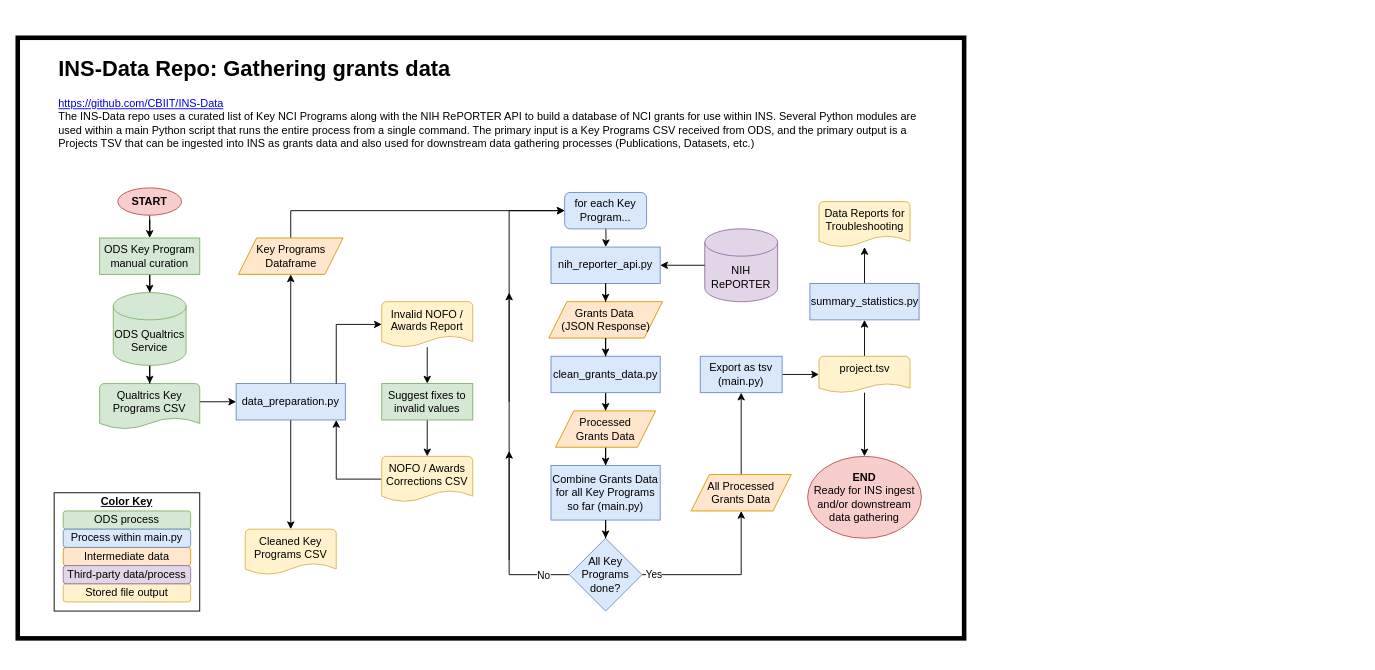
Above: images/ins-data-repo-diagram.drawio in CBIIT/INS-Data (draw.io), before the change. Source tidied: cells renumbered, new cells numbered last; positions are measured from the earlier drawing's top-left corner, leaving out a move shared by most shapes. Both pictures are drawn from the tidied source at 91%, with x=0, y=0 at pixel (17, 37).
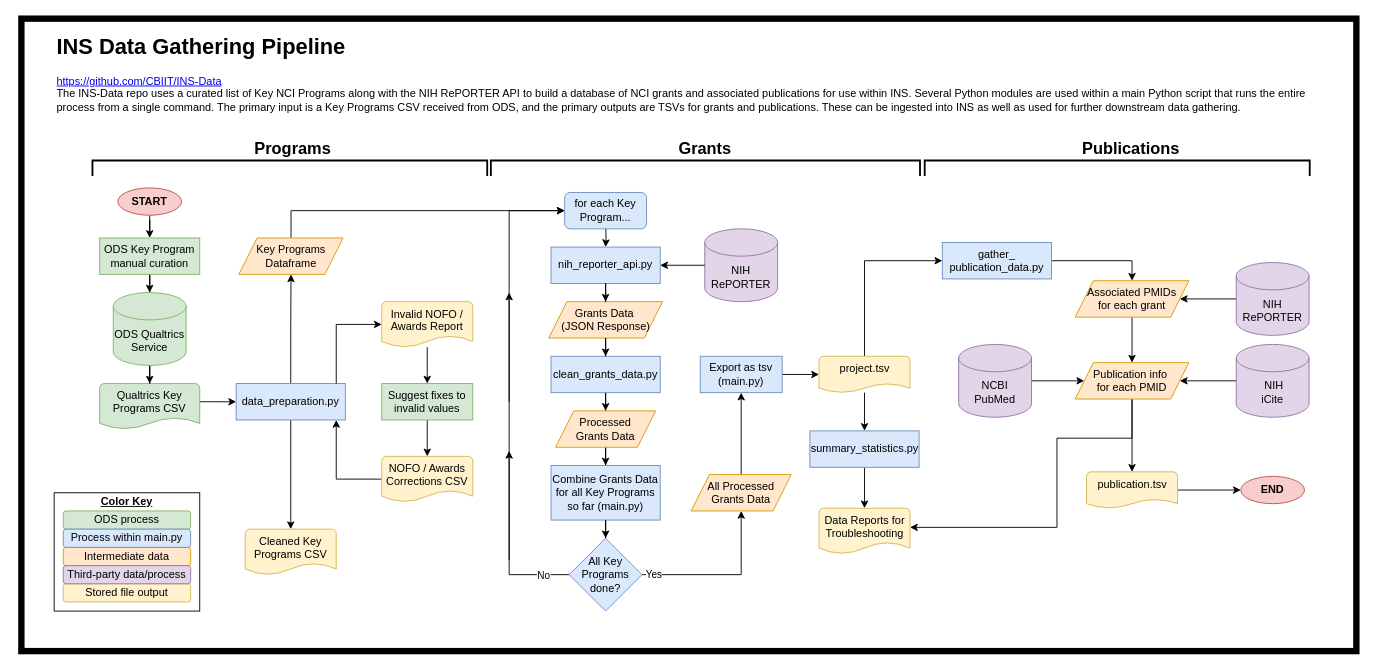
Above is the later version.

Commit message (it also covers changes not shown here):
INS-816: Update readme flow diagram

The change refers to these unchanged cells:
```xml
<mxCell id="33" value="project.tsv" style="strokeWidth=1;html=1;shape=mxgraph.flowchart.document2;whiteSpace=wrap;size=0.25;fillColor=#fff2cc;strokeColor=#d6b656;verticalAlign=top;" parent="1" vertex="1">
  <mxGeometry x="880.5" y="350" width="100" height="40" as="geometry" />
</mxCell>
```

Diff of the diagram source:
```diff
@@
+    <mxCell id="62" style="rounded=0;whiteSpace=wrap;html=1;strokeWidth=7;" parent="1" vertex="1">
+      <mxGeometry x="4" y="-21" width="1467" height="695" as="geometry" />
+    </mxCell>
@@
     <mxCell id="15" value="Key Programs Dataframe" style="shape=parallelogram;perimeter=parallelogramPerimeter;whiteSpace=wrap;html=1;fixedSize=1;fillColor=#ffe6cc;strokeColor=#d79b00;" parent="1" vertex="1">
-      <mxGeometry x="242.5" y="220" width="115" height="40" as="geometry" />
+      <mxGeometry x="243" y="220" width="114.5" height="40" as="geometry" />
     </mxCell>
@@
-    <mxCell id="31" style="edgeStyle=orthogonalEdgeStyle;rounded=0;jettySize=auto;html=1;" parent="1" edge="1" source="33" target="38">
-      <mxGeometry relative="1" as="geometry" />
-    </mxCell>
-    <mxCell id="32" style="edgeStyle=orthogonalEdgeStyle;rounded=0;jettySize=auto;html=1;entryX=0.5;entryY=1;entryDx=0;entryDy=0;" parent="1" edge="1" source="33" target="49">
+    <mxCell id="32" style="edgeStyle=orthogonalEdgeStyle;rounded=0;jettySize=auto;html=1;" parent="1" edge="1" source="33" target="49">
       <mxGeometry relative="1" as="geometry" />
     </mxCell>
+    <mxCell id="63" style="edgeStyle=orthogonalEdgeStyle;rounded=0;jettySize=auto;html=1;" parent="1" edge="1" source="33" target="71">
+      <mxGeometry relative="1" as="geometry">
+        <Array as="points">
+          <mxPoint x="931" y="245" />
+        </Array>
+      </mxGeometry>
+    </mxCell>
@@
-    <mxCell id="38" value="&lt;b&gt;END&lt;/b&gt;&lt;br&gt;Ready for INS ingest and/or downstream data gathering" style="ellipse;whiteSpace=wrap;html=1;fillColor=#f8cecc;strokeColor=#b85450;" parent="1" vertex="1">
-      <mxGeometry x="868" y="460" width="125" height="90" as="geometry" />
-    </mxCell>
@@
     <mxCell id="49" value="summary_statistics.py" style="rounded=0;whiteSpace=wrap;html=1;fillColor=#dae8fc;strokeColor=#6c8ebf;" parent="1" vertex="1">
-      <mxGeometry x="870.5" y="270" width="120" height="40" as="geometry" />
+      <mxGeometry x="870.5" y="432" width="120" height="40" as="geometry" />
     </mxCell>
     <mxCell id="50" value="Data Reports for Troubleshooting" style="strokeWidth=1;html=1;shape=mxgraph.flowchart.document2;whiteSpace=wrap;size=0.25;fillColor=#fff2cc;strokeColor=#d6b656;verticalAlign=top;" parent="1" vertex="1">
-      <mxGeometry x="880.5" y="180" width="100" height="50" as="geometry" />
+      <mxGeometry x="880.5" y="517" width="100" height="50" as="geometry" />
     </mxCell>
-    <mxCell id="51" value="&lt;h1&gt;INS-Data Repo: Gathering grants data&lt;/h1&gt;&lt;div&gt;&lt;a href=&quot;https://github.com/CBIIT/INS-Data&quot;&gt;https://github.com/CBIIT/INS-Data&lt;/a&gt;&lt;br&gt;&lt;/div&gt;&lt;div&gt;The INS-Data repo uses a curated list of Key NCI Programs along with the NIH RePORTER API to build a database of NCI grants for use within INS. Several Python modules are used within a main Python script that runs the entire process from a single command. The primary input is a Key Programs CSV received from ODS, and the primary output is a Projects TSV that can be ingested into INS as grants data and also used for downstream data gathering processes (Publications, Datasets, etc.)&lt;/div&gt;&lt;div&gt;&lt;br&gt;&lt;/div&gt;" style="text;html=1;strokeColor=none;fillColor=none;spacing=5;spacingTop=-20;whiteSpace=wrap;overflow=hidden;rounded=0;" parent="1" vertex="1">
-      <mxGeometry x="40" y="15" width="960" height="130" as="geometry" />
+    <mxCell id="51" value="&lt;h1&gt;INS Data Gathering Pipeline&lt;/h1&gt;&lt;div&gt;&lt;a href=&quot;https://github.com/CBIIT/INS-Data&quot;&gt;https://github.com/CBIIT/INS-Data&lt;/a&gt;&lt;br&gt;&lt;/div&gt;&lt;div&gt;The INS-Data repo uses a curated list of Key NCI Programs along with the NIH RePORTER API to build a database of NCI grants and associated publications for use within INS. Several Python modules are used within a main Python script that runs the entire process from a single command. The primary input is a Key Programs CSV received from ODS, and the primary outputs are TSVs for grants and publications. These can be ingested into INS as well as used for further downstream data gathering.&lt;/div&gt;" style="text;html=1;strokeColor=none;fillColor=none;spacing=5;spacingTop=-20;whiteSpace=wrap;overflow=hidden;rounded=0;" parent="1" vertex="1">
+      <mxGeometry x="38" y="-10" width="1381" height="130" as="geometry" />
     </mxCell>
@@
-    <mxCell id="61" style="rounded=0;whiteSpace=wrap;html=1;fillColor=none;strokeWidth=5;" parent="1" vertex="1">
-      <mxGeometry width="1040" height="660" as="geometry" />
-    </mxCell>
+    <mxCell id="64" style="edgeStyle=orthogonalEdgeStyle;rounded=0;jettySize=auto;html=1;" parent="1" edge="1" source="65" target="73">
+      <mxGeometry relative="1" as="geometry" />
+    </mxCell>
+    <mxCell id="65" value="NIH RePORTER" style="shape=cylinder3;whiteSpace=wrap;html=1;boundedLbl=1;backgroundOutline=1;size=15;fillColor=#e1d5e7;strokeColor=#9673a6;" parent="1" vertex="1">
+      <mxGeometry x="1339" y="247" width="80" height="80" as="geometry" />
+    </mxCell>
+    <mxCell id="66" style="edgeStyle=orthogonalEdgeStyle;rounded=0;jettySize=auto;html=1;" parent="1" edge="1" source="67" target="76">
+      <mxGeometry relative="1" as="geometry" />
+    </mxCell>
+    <mxCell id="67" value="&amp;nbsp;NIH &lt;br&gt;iCite" style="shape=cylinder3;whiteSpace=wrap;html=1;boundedLbl=1;backgroundOutline=1;size=15;fillColor=#e1d5e7;strokeColor=#9673a6;" parent="1" vertex="1">
+      <mxGeometry x="1339" y="337" width="80" height="80" as="geometry" />
+    </mxCell>
+    <mxCell id="68" style="edgeStyle=orthogonalEdgeStyle;rounded=0;jettySize=auto;html=1;" parent="1" edge="1" source="69" target="76">
+      <mxGeometry relative="1" as="geometry" />
+    </mxCell>
+    <mxCell id="69" value="NCBI&lt;br&gt;PubMed" style="shape=cylinder3;whiteSpace=wrap;html=1;boundedLbl=1;backgroundOutline=1;size=15;fillColor=#e1d5e7;strokeColor=#9673a6;" parent="1" vertex="1">
+      <mxGeometry x="1034" y="337" width="80" height="80" as="geometry" />
+    </mxCell>
+    <mxCell id="70" style="edgeStyle=orthogonalEdgeStyle;rounded=0;jettySize=auto;html=1;" parent="1" edge="1" source="71" target="73">
+      <mxGeometry relative="1" as="geometry" />
+    </mxCell>
+    <mxCell id="71" value="gather_&lt;br&gt;publication_data.py" style="rounded=0;whiteSpace=wrap;html=1;fillColor=#dae8fc;strokeColor=#6c8ebf;" parent="1" vertex="1">
+      <mxGeometry x="1016" y="225" width="120" height="40" as="geometry" />
+    </mxCell>
+    <mxCell id="72" style="edgeStyle=orthogonalEdgeStyle;rounded=0;jettySize=auto;html=1;" parent="1" edge="1" source="73" target="76">
+      <mxGeometry relative="1" as="geometry" />
+    </mxCell>
+    <mxCell id="73" value="Associated PMIDs&lt;br&gt;for each grant" style="shape=parallelogram;perimeter=parallelogramPerimeter;whiteSpace=wrap;html=1;fixedSize=1;fillColor=#ffe6cc;strokeColor=#d79b00;" parent="1" vertex="1">
+      <mxGeometry x="1162" y="267" width="125" height="40" as="geometry" />
+    </mxCell>
+    <mxCell id="74" style="edgeStyle=orthogonalEdgeStyle;rounded=0;jettySize=auto;html=1;" parent="1" edge="1" source="76" target="78">
+      <mxGeometry relative="1" as="geometry" />
+    </mxCell>
+    <mxCell id="75" style="edgeStyle=orthogonalEdgeStyle;rounded=0;jettySize=auto;html=1;" parent="1" edge="1" source="76" target="50">
+      <mxGeometry relative="1" as="geometry">
+        <Array as="points">
+          <mxPoint x="1225" y="440" />
+          <mxPoint x="1142" y="440" />
+          <mxPoint x="1142" y="538" />
+        </Array>
+      </mxGeometry>
+    </mxCell>
+    <mxCell id="76" value="Publication info&amp;nbsp;&lt;br&gt;for each PMID" style="shape=parallelogram;perimeter=parallelogramPerimeter;whiteSpace=wrap;html=1;fixedSize=1;fillColor=#ffe6cc;strokeColor=#d79b00;" parent="1" vertex="1">
+      <mxGeometry x="1162" y="357" width="125" height="40" as="geometry" />
+    </mxCell>
+    <mxCell id="77" style="edgeStyle=orthogonalEdgeStyle;rounded=0;jettySize=auto;html=1;" parent="1" edge="1" source="78" target="79">
+      <mxGeometry relative="1" as="geometry" />
+    </mxCell>
+    <mxCell id="78" value="publication.tsv" style="strokeWidth=1;html=1;shape=mxgraph.flowchart.document2;whiteSpace=wrap;size=0.25;fillColor=#fff2cc;strokeColor=#d6b656;verticalAlign=top;" parent="1" vertex="1">
+      <mxGeometry x="1174.5" y="477" width="100" height="40" as="geometry" />
+    </mxCell>
+    <mxCell id="79" value="END" style="ellipse;whiteSpace=wrap;html=1;fillColor=#f8cecc;strokeColor=#b85450;fontStyle=1;" parent="1" vertex="1">
+      <mxGeometry x="1344" y="482" width="70" height="30" as="geometry" />
+    </mxCell>
+    <mxCell id="80" value="&lt;b&gt;&lt;font style=&quot;font-size: 18px;&quot;&gt;Programs&lt;/font&gt;&lt;/b&gt;" style="text;html=1;strokeColor=none;fillColor=none;align=center;verticalAlign=middle;whiteSpace=wrap;rounded=0;" parent="1" vertex="1">
+      <mxGeometry x="240" y="107" width="125" height="30" as="geometry" />
+    </mxCell>
+    <mxCell id="81" value="&lt;b&gt;&lt;font style=&quot;font-size: 18px;&quot;&gt;Grants&lt;/font&gt;&lt;/b&gt;" style="text;html=1;strokeColor=none;fillColor=none;align=center;verticalAlign=middle;whiteSpace=wrap;rounded=0;" parent="1" vertex="1">
+      <mxGeometry x="693.2" y="107" width="125" height="30" as="geometry" />
+    </mxCell>
+    <mxCell id="82" style="strokeWidth=2;html=1;shape=mxgraph.flowchart.annotation_1;align=left;rotation=90;" parent="1" vertex="1">
+      <mxGeometry x="290.5" y="-73.5" width="17" height="433.8" as="geometry" />
+    </mxCell>
+    <mxCell id="83" style="strokeWidth=2;html=1;shape=mxgraph.flowchart.annotation_1;align=left;rotation=90;" parent="1" vertex="1">
+      <mxGeometry x="747.2" y="-92.4" width="17" height="471.6" as="geometry" />
+    </mxCell>
+    <mxCell id="84" value="&lt;b&gt;&lt;font style=&quot;font-size: 18px;&quot;&gt;Publications&lt;/font&gt;&lt;/b&gt;" style="text;html=1;strokeColor=none;fillColor=none;align=center;verticalAlign=middle;whiteSpace=wrap;rounded=0;" parent="1" vertex="1">
+      <mxGeometry x="1161" y="107" width="125" height="30" as="geometry" />
+    </mxCell>
+    <mxCell id="85" style="strokeWidth=2;html=1;shape=mxgraph.flowchart.annotation_1;align=left;rotation=90;" parent="1" vertex="1">
+      <mxGeometry x="1199.7" y="-68.2" width="17" height="423.1" as="geometry" />
+    </mxCell>
```
